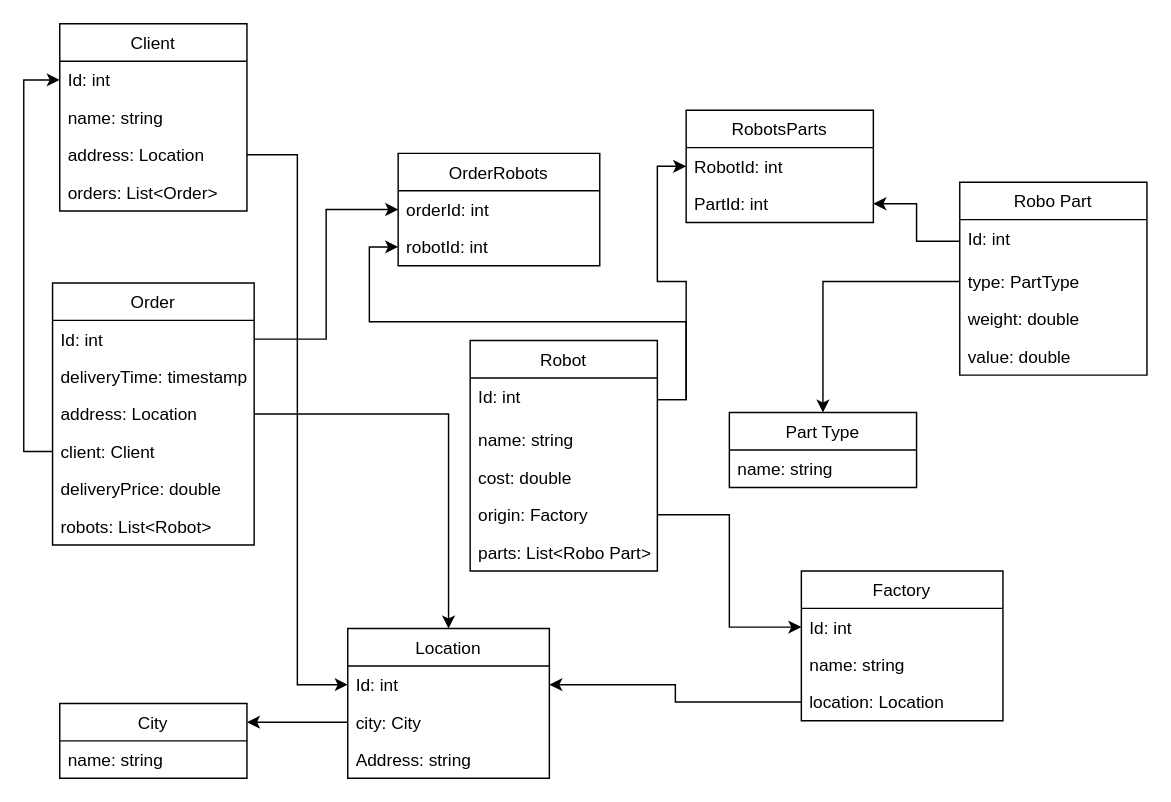
The draw.io diagram Entity Diagram.drawio in Bl4ck-C4t/Robot-factory, before the edit. Source tidied: cells renumbered, new cells numbered last; positions are measured from the earlier drawing's top-left corner, leaving out a move shared by most shapes. Both pictures are drawn from the tidied source at 144%, with x=0, y=0 at pixel (52, 23).
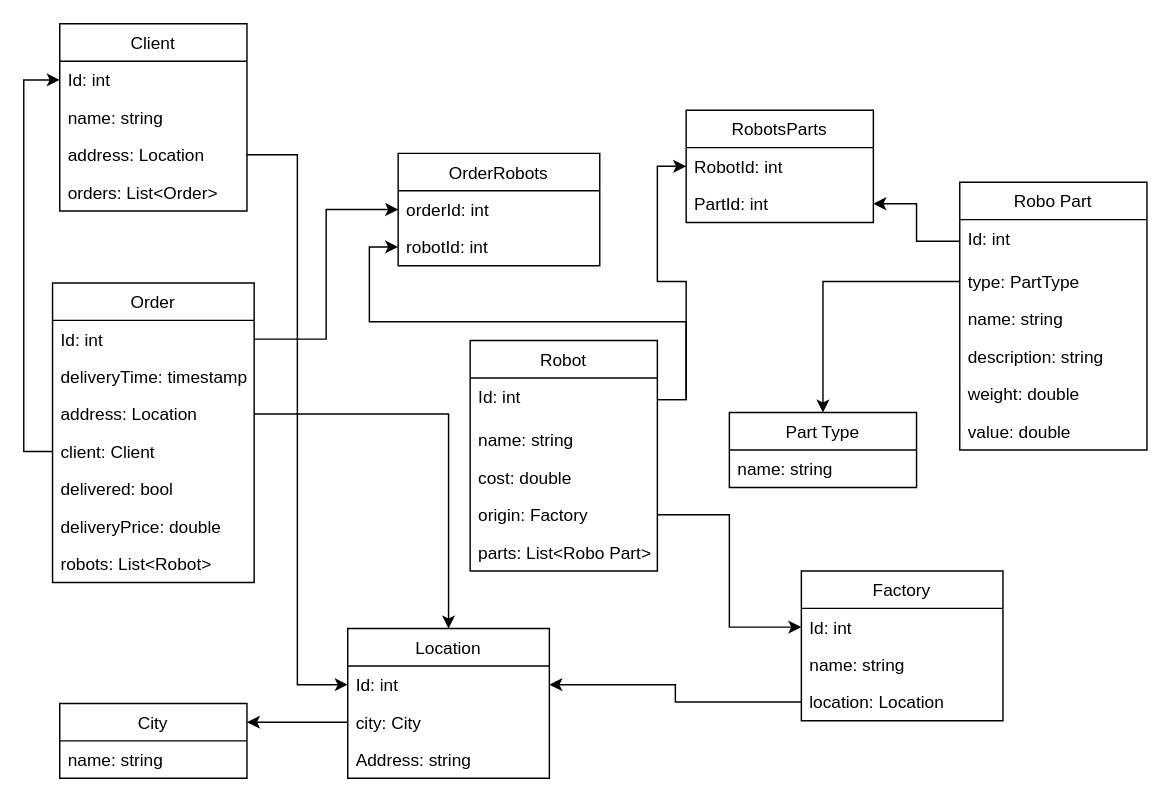
The same diagram, later.

What changed in the source:
```diff
@@
     <mxCell id="2" value="Robo Part" style="swimlane;fontStyle=0;horizontal=1;startSize=26;fillColor=none;" parent="1" vertex="1">
-      <mxGeometry x="630" y="110" width="130" height="134" as="geometry" />
+      <mxGeometry x="630" y="110" width="130" height="186" as="geometry" />
     </mxCell>
@@
+    <mxCell id="54" value="name: string" style="text;strokeColor=none;fillColor=none;align=left;verticalAlign=top;spacingLeft=4;spacingRight=4;overflow=hidden;" parent="2" vertex="1">
+      <mxGeometry y="82" width="130" height="26" as="geometry" />
+    </mxCell>
+    <mxCell id="55" value="description: string" style="text;strokeColor=none;fillColor=none;align=left;verticalAlign=top;spacingLeft=4;spacingRight=4;overflow=hidden;" parent="2" vertex="1">
+      <mxGeometry y="108" width="130" height="26" as="geometry" />
+    </mxCell>
     <mxCell id="5" value="weight: double" style="text;strokeColor=none;fillColor=none;align=left;verticalAlign=top;spacingLeft=4;spacingRight=4;overflow=hidden;" parent="2" vertex="1">
-      <mxGeometry y="82" width="130" height="26" as="geometry" />
+      <mxGeometry y="134" width="130" height="26" as="geometry" />
     </mxCell>
     <mxCell id="6" value="value: double" style="text;strokeColor=none;fillColor=none;align=left;verticalAlign=top;spacingLeft=4;spacingRight=4;overflow=hidden;" parent="2" vertex="1">
-      <mxGeometry y="108" width="130" height="26" as="geometry" />
+      <mxGeometry y="160" width="130" height="26" as="geometry" />
     </mxCell>
@@
     <mxCell id="35" value="Order" style="swimlane;fontStyle=0;horizontal=1;startSize=26;fillColor=none;" parent="1" vertex="1">
-      <mxGeometry y="180" width="140" height="182" as="geometry" />
+      <mxGeometry y="180" width="140" height="208" as="geometry" />
     </mxCell>
@@
+    <mxCell id="56" value="delivered: bool" style="text;strokeColor=none;fillColor=none;align=left;verticalAlign=top;spacingLeft=4;spacingRight=4;overflow=hidden;" parent="35" vertex="1">
+      <mxGeometry y="130" width="140" height="26" as="geometry" />
+    </mxCell>
     <mxCell id="40" value="deliveryPrice: double" style="text;strokeColor=none;fillColor=none;align=left;verticalAlign=top;spacingLeft=4;spacingRight=4;overflow=hidden;" parent="35" vertex="1">
-      <mxGeometry y="130" width="140" height="26" as="geometry" />
+      <mxGeometry y="156" width="140" height="26" as="geometry" />
     </mxCell>
     <mxCell id="41" value="robots: List&lt;Robot&gt;" style="text;strokeColor=none;fillColor=none;align=left;verticalAlign=top;spacingLeft=4;spacingRight=4;overflow=hidden;" parent="35" vertex="1">
-      <mxGeometry y="156" width="140" height="26" as="geometry" />
+      <mxGeometry y="182" width="140" height="26" as="geometry" />
     </mxCell>
```
